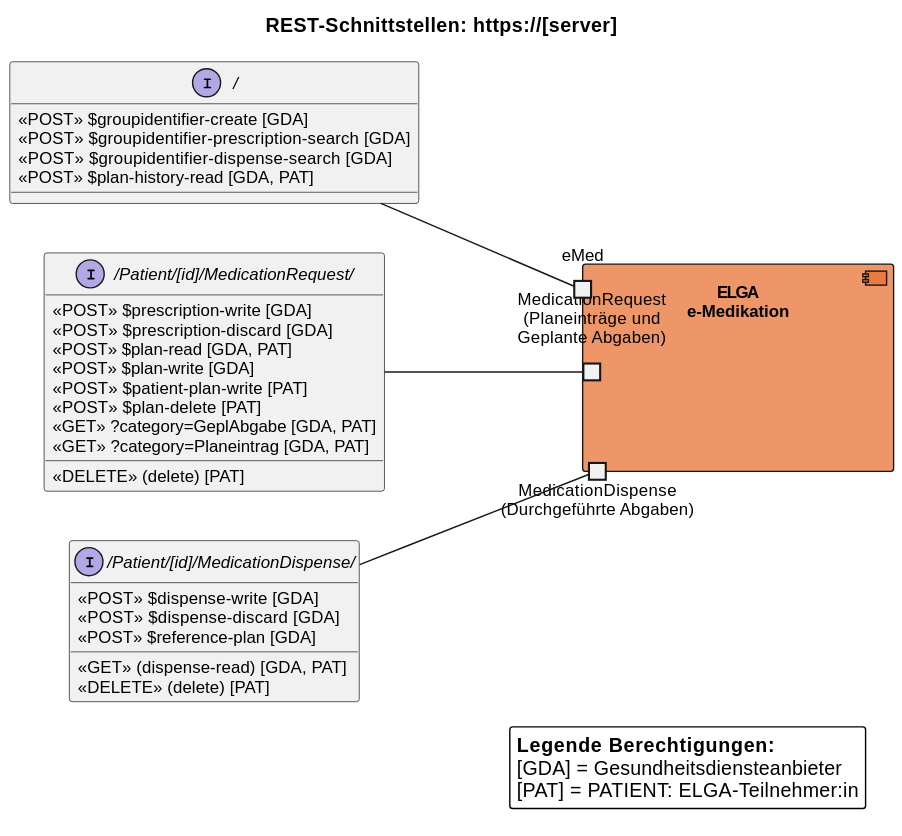
This is r4-ELGA-e-Medikation-main/plantuml/interaction_overview.svg from HL7Austria/hl7austria.github.io, a PlantUML export, as it was before one commit. Source of this version:
```plantuml
@startuml
allowmixing




skinparam componentStyle uml2
skinparam packageStyle rectangle

skinparam borderColor #555555
skinparam backgroundColor #FFFFFF
skinparam shadowing false
skinparam roundCorner 4
skinparam defaultFontName "Arial"
skinparam defaultFontSize 12
skinparam defaultFontColor #000000

!define COLOR_EMED_FA  #e97232bd

skinparam component {
  BackgroundColor COLOR_EMED_FA
}

skinparam interface {
}

left to right direction

title REST-Schnittstellen: https://[server]

interface "/Patient/[id]/MedicationDispense/" as IDurchgAbgabe {
  «POST» $dispense-write [GDA]
  «POST» $dispense-discard [GDA]
  «POST» $reference-plan [GDA]
  «GET» (dispense-read) [GDA, PAT]
  «DELETE» (delete) [PAT]
}

interface "/Patient/[id]/MedicationRequest/" as IMedicationRequest {
  «POST» $prescription-write [GDA]
  «POST» $prescription-discard [GDA]
  «POST» $plan-read [GDA, PAT]
  «POST» $plan-write [GDA]
  «POST» $patient-plan-write [PAT]
  «POST» $plan-delete [PAT]
  «GET» ?category=GeplAbgabe [GDA, PAT]
  «GET» ?category=Planeintrag [GDA, PAT]
  «DELETE» (delete) [PAT]
}


interface "/" as IEmed {
  «POST» $groupidentifier-create [GDA]
  «POST» $groupidentifier-prescription-search [GDA]
  «POST» $groupidentifier-dispense-search [GDA]
  «POST» $plan-history-read [GDA, PAT]
}


component "ELGA\ne-Medikation" as Server {
  port "MedicationDispense\n(Durchgeführte Abgaben)" as p3
  port "MedicationRequest\n(Planeinträge und\nGeplante Abgaben)" as p2
  port "eMed" as p1
}


p3 -up- IDurchgAbgabe
p2 -up- IMedicationRequest
p1 -up- IEmed


legend right
  **Legende Berechtigungen:**
  [GDA] = Gesundheitsdiensteanbieter
  [PAT] = PATIENT: ELGA-Teilnehmer:in
end legend



@enduml
```
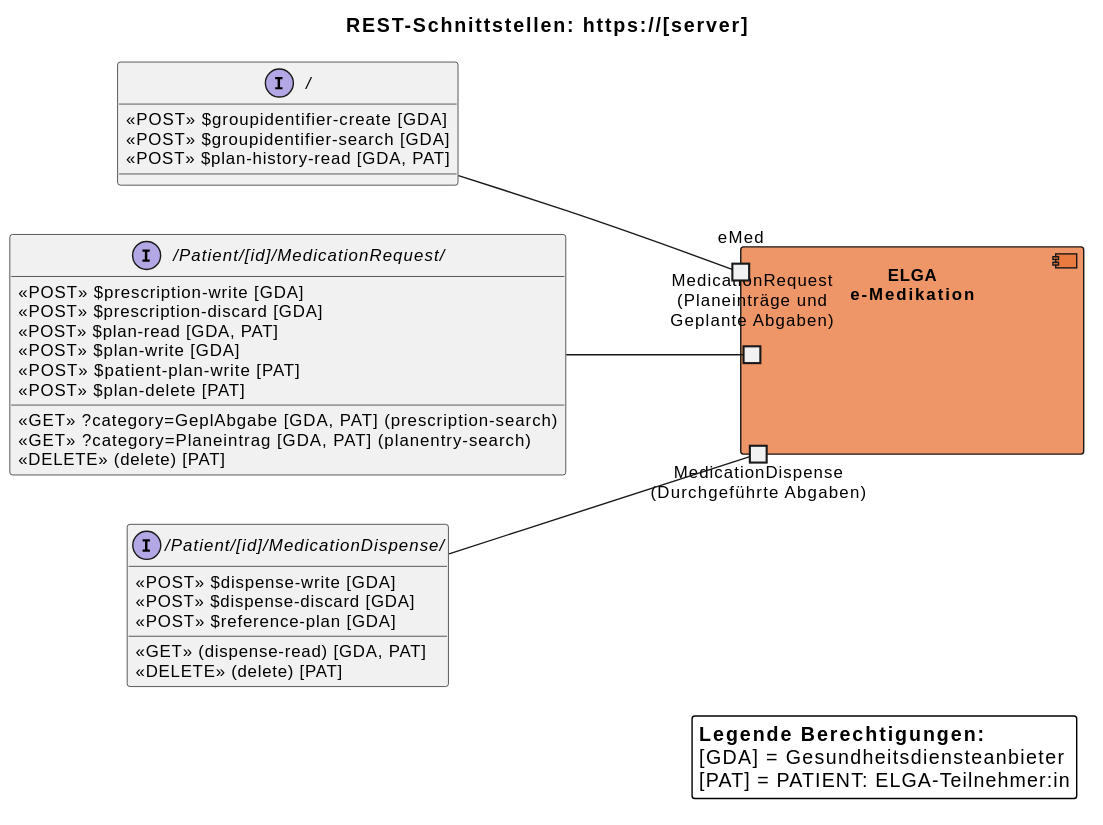
After the commit.

The edit, as a diff of the source:
```diff
@@ -43,16 +43,15 @@
   «POST» $plan-write [GDA]
   «POST» $patient-plan-write [PAT]
   «POST» $plan-delete [PAT]
-  «GET» ?category=GeplAbgabe [GDA, PAT]
-  «GET» ?category=Planeintrag [GDA, PAT]
+  «GET» ?category=GeplAbgabe [GDA, PAT] (prescription-search)
+  «GET» ?category=Planeintrag [GDA, PAT] (planentry-search)
   «DELETE» (delete) [PAT]
 }
 
 
 interface "/" as IEmed {
   «POST» $groupidentifier-create [GDA]
-  «POST» $groupidentifier-prescription-search [GDA]
-  «POST» $groupidentifier-dispense-search [GDA]
+  «POST» $groupidentifier-search [GDA]
   «POST» $plan-history-read [GDA, PAT]
 }
 
```
